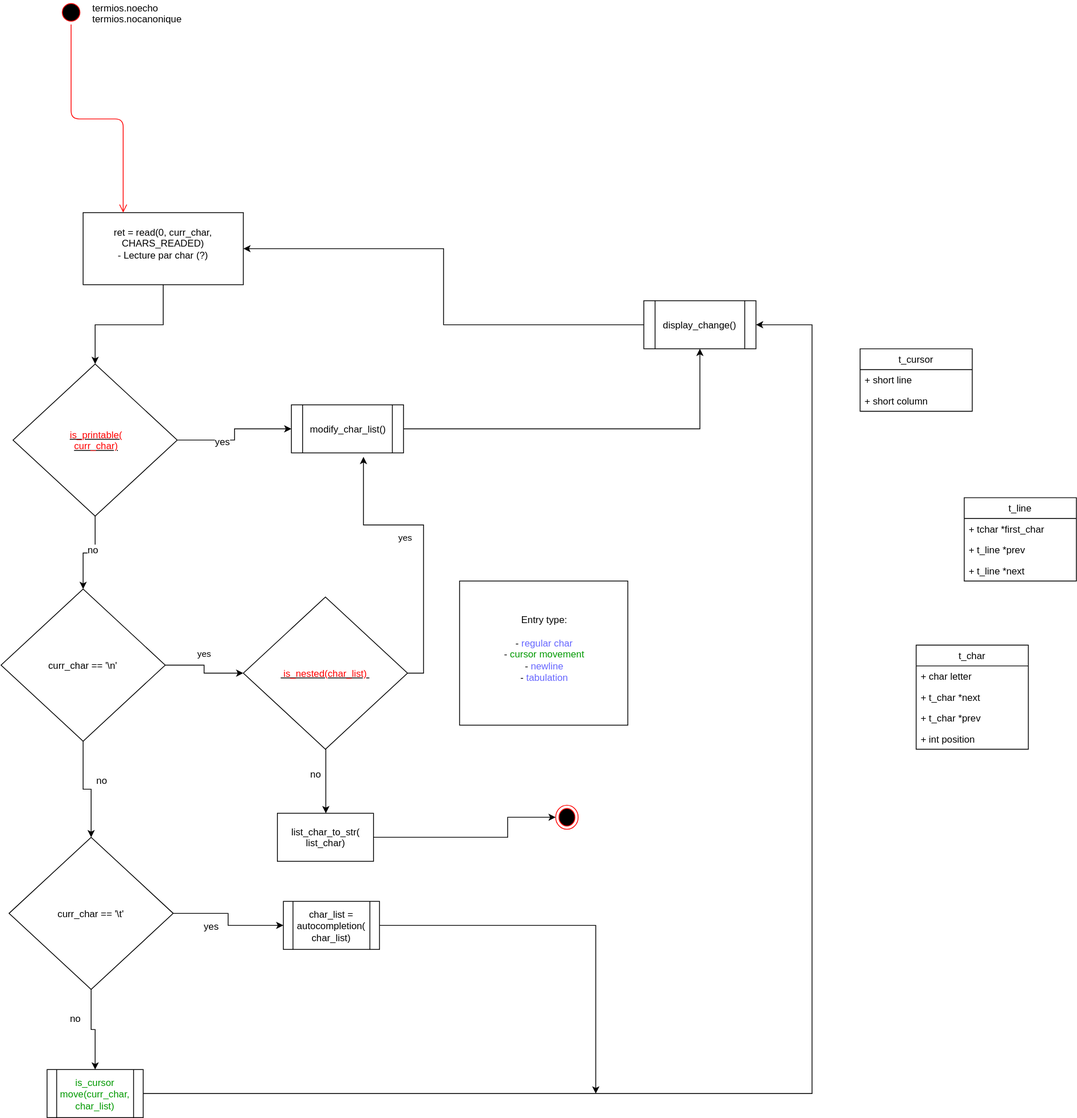
This is key_manager_tmpsh.svg from poggioenzo/tmpsh, a draw.io export, as it was before one commit. Source tidied: cells renumbered, new cells last; positions are measured from the earlier drawing's top-left corner, leaving out a move shared by most shapes.
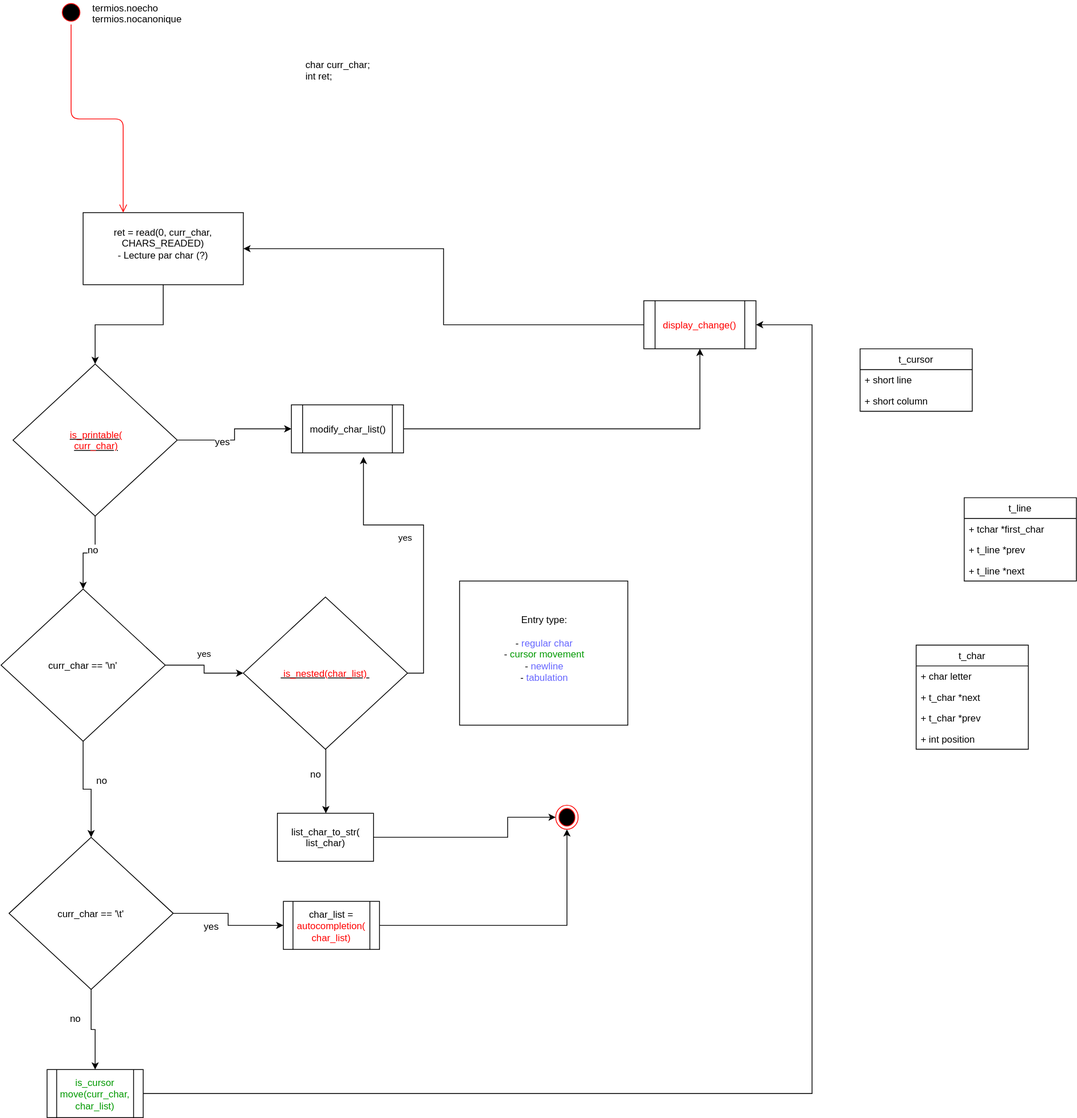
Later version of the same file.

Change to the diagram source:
```diff
@@ -81,7 +81,7 @@
     <mxCell id="23" style="edgeStyle=orthogonalEdgeStyle;rounded=0;jettySize=auto;html=1;entryX=1;entryY=0.5;entryDx=0;entryDy=0;" parent="1" edge="1" source="24" target="8">
       <mxGeometry relative="1" as="geometry" />
     </mxCell>
-    <mxCell id="24" value="display_change()" style="shape=process;whiteSpace=wrap;html=1;backgroundOutline=1;" parent="1" vertex="1">
+    <mxCell id="24" value="&lt;font color=&quot;#ff0000&quot;&gt;display_change()&lt;/font&gt;" style="shape=process;whiteSpace=wrap;html=1;backgroundOutline=1;" parent="1" vertex="1">
       <mxGeometry x="802" y="375" width="140" height="60" as="geometry" />
     </mxCell>
     <mxCell id="25" style="edgeStyle=orthogonalEdgeStyle;rounded=0;jettySize=auto;html=1;entryX=0.5;entryY=0;entryDx=0;entryDy=0;" parent="1" edge="1" source="27" target="6">
@@ -114,12 +114,10 @@
     <mxCell id="32" value="curr_char == '\t'&amp;nbsp;" style="rhombus;whiteSpace=wrap;html=1;" parent="1" vertex="1">
       <mxGeometry x="9.5" y="1045" width="205" height="190" as="geometry" />
     </mxCell>
-    <mxCell id="33" style="edgeStyle=orthogonalEdgeStyle;rounded=0;jettySize=auto;html=1;" parent="1" edge="1" source="34">
-      <mxGeometry relative="1" as="geometry">
-        <mxPoint x="742" y="1365" as="targetPoint" />
-      </mxGeometry>
+    <mxCell id="33" style="edgeStyle=orthogonalEdgeStyle;rounded=0;jettySize=auto;html=1;entryX=0.5;entryY=1;entryDx=0;entryDy=0;" parent="1" edge="1" source="34" target="3">
+      <mxGeometry relative="1" as="geometry" />
     </mxCell>
-    <mxCell id="34" value="char_list = autocompletion(&lt;br&gt;char_list)" style="shape=process;whiteSpace=wrap;html=1;backgroundOutline=1;" parent="1" vertex="1">
+    <mxCell id="34" value="char_list = &lt;font color=&quot;#ff0000&quot;&gt;autocompletion(&lt;br&gt;char_list)&lt;/font&gt;" style="shape=process;whiteSpace=wrap;html=1;backgroundOutline=1;" parent="1" vertex="1">
       <mxGeometry x="352" y="1125" width="120" height="60" as="geometry" />
     </mxCell>
     <mxCell id="35" style="edgeStyle=orthogonalEdgeStyle;rounded=0;jettySize=auto;html=1;entryX=1;entryY=0.5;entryDx=0;entryDy=0;" parent="1" edge="1" source="36" target="24">
@@ -169,5 +167,8 @@
     <mxCell id="48" value="+ short column" style="text;strokeColor=none;fillColor=none;align=left;verticalAlign=top;spacingLeft=4;spacingRight=4;overflow=hidden;" parent="46" vertex="1">
       <mxGeometry y="52" width="140" height="26" as="geometry" />
     </mxCell>
+    <mxCell id="49" value="char curr_char;&lt;br&gt;int ret;&lt;br&gt;&lt;br&gt;" style="text;html=1;align=left;verticalAlign=top;spacingTop=-4;" parent="1" vertex="1">
+      <mxGeometry x="378" y="71" width="100" height="40" as="geometry" />
+    </mxCell>
   </root>
 </mxGraphModel>
```
